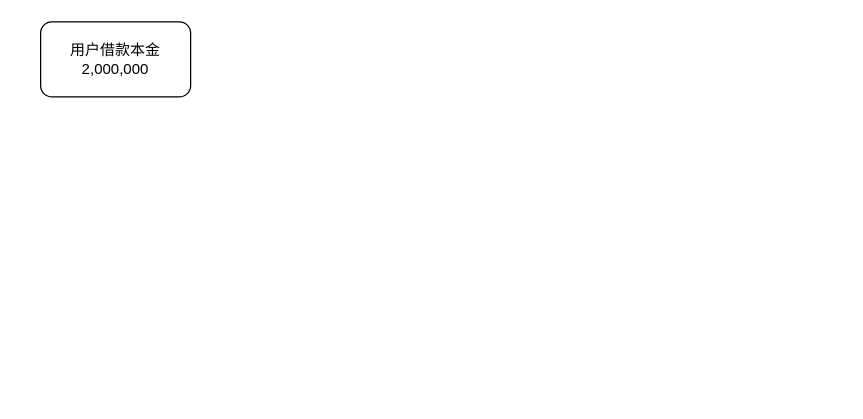
Before: page "第 7 页" (7 of 7) of knowledge-tree.drawio in quboqin/drawio, a draw.io diagram. Source tidied: cells renumbered, new cells numbered last; positions are measured from the earlier drawing's top-left corner, leaving out a move shared by most shapes. Both pictures are drawn from the tidied source at 125%, with x=0, y=0 at pixel (40, 21).
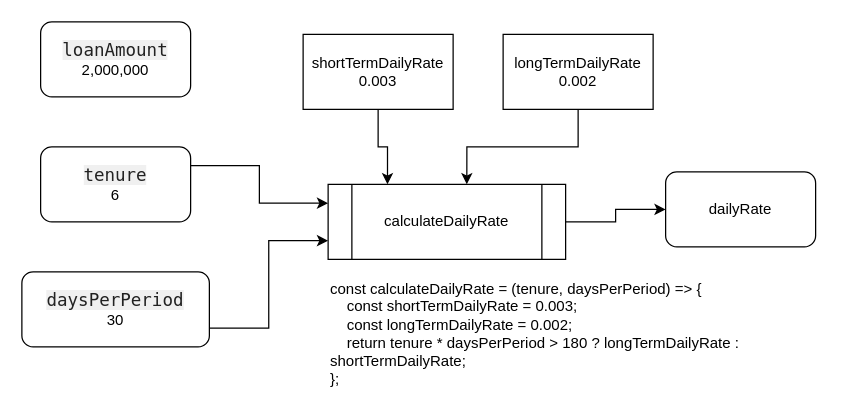
The same page after the edit.

Change to the diagram source:
```diff
@@
 <mxGraphModel>
   <root>
     <mxCell id="0" />
     <mxCell id="1" parent="0" />
-    <mxCell id="2" value="用户借款本金&lt;br&gt;2,000,000" style="rounded=1;whiteSpace=wrap;html=1;" parent="1" vertex="1">
+    <mxCell id="2" value="&lt;span style=&quot;color: rgb(34, 34, 34); font-family: Menlo, Monaco, Consolas, &amp;quot;Courier New&amp;quot;, monospace; font-size: 14px; text-align: left; background-color: rgba(0, 0, 0, 0.06);&quot;&gt;loanAmount&lt;/span&gt;&lt;br&gt;2,000,000" style="rounded=1;whiteSpace=wrap;html=1;" parent="1" vertex="1">
       <mxGeometry width="120" height="60" as="geometry" />
     </mxCell>
+    <mxCell id="3" style="edgeStyle=orthogonalEdgeStyle;rounded=0;jettySize=auto;html=1;exitX=1;exitY=0.25;exitDx=0;exitDy=0;entryX=0;entryY=0.25;entryDx=0;entryDy=0;" parent="1" edge="1" source="4" target="8">
+      <mxGeometry relative="1" as="geometry" />
+    </mxCell>
+    <mxCell id="4" value="&lt;div style=&quot;text-align: left;&quot;&gt;&lt;font face=&quot;Menlo, Monaco, Consolas, Courier New, monospace&quot; color=&quot;#222222&quot;&gt;&lt;span style=&quot;font-size: 14px; background-color: rgba(0, 0, 0, 0.06);&quot;&gt;tenure&lt;/span&gt;&lt;/font&gt;&lt;/div&gt;6" style="rounded=1;whiteSpace=wrap;html=1;" parent="1" vertex="1">
+      <mxGeometry y="100" width="120" height="60" as="geometry" />
+    </mxCell>
+    <mxCell id="5" style="edgeStyle=orthogonalEdgeStyle;rounded=0;jettySize=auto;html=1;exitX=1;exitY=0.75;exitDx=0;exitDy=0;entryX=0;entryY=0.75;entryDx=0;entryDy=0;" parent="1" edge="1" source="6" target="8">
+      <mxGeometry relative="1" as="geometry" />
+    </mxCell>
+    <mxCell id="6" value="&lt;div style=&quot;text-align: left;&quot;&gt;&lt;font face=&quot;Menlo, Monaco, Consolas, Courier New, monospace&quot; color=&quot;#222222&quot;&gt;&lt;span style=&quot;font-size: 14px; background-color: rgba(0, 0, 0, 0.06);&quot;&gt;daysPerPeriod&lt;/span&gt;&lt;/font&gt;&lt;/div&gt;30" style="rounded=1;whiteSpace=wrap;html=1;" parent="1" vertex="1">
+      <mxGeometry x="-15" y="200" width="150" height="60" as="geometry" />
+    </mxCell>
+    <mxCell id="7" style="edgeStyle=orthogonalEdgeStyle;rounded=0;jettySize=auto;html=1;entryX=0;entryY=0.5;entryDx=0;entryDy=0;" parent="1" edge="1" source="8" target="14">
+      <mxGeometry relative="1" as="geometry" />
+    </mxCell>
+    <mxCell id="8" value="calculateDailyRate" style="shape=process;whiteSpace=wrap;html=1;backgroundOutline=1;" parent="1" vertex="1">
+      <mxGeometry x="230" y="130" width="190" height="60" as="geometry" />
+    </mxCell>
+    <mxCell id="9" value="const calculateDailyRate = (tenure, daysPerPeriod) =&gt; {&#10;    const shortTermDailyRate = 0.003;&#10;    const longTermDailyRate = 0.002;&#10;    return tenure * daysPerPeriod &gt; 180 ? longTermDailyRate : shortTermDailyRate;&#10;};" style="text;whiteSpace=wrap;" parent="1" vertex="1">
+      <mxGeometry x="230" y="200" width="410" height="100" as="geometry" />
+    </mxCell>
+    <mxCell id="10" style="edgeStyle=orthogonalEdgeStyle;rounded=0;jettySize=auto;html=1;entryX=0.25;entryY=0;entryDx=0;entryDy=0;" parent="1" edge="1" source="11" target="8">
+      <mxGeometry relative="1" as="geometry" />
+    </mxCell>
+    <mxCell id="11" value="&lt;span style=&quot;text-align: left;&quot;&gt;shortTermDailyRate&lt;/span&gt;&lt;div&gt;&lt;span style=&quot;text-align: left;&quot;&gt;0.003&lt;/span&gt;&lt;/div&gt;" style="rounded=0;whiteSpace=wrap;html=1;" parent="1" vertex="1">
+      <mxGeometry x="210" y="10" width="120" height="60" as="geometry" />
+    </mxCell>
+    <mxCell id="12" value="&lt;span style=&quot;text-align: left;&quot;&gt;long&lt;/span&gt;&lt;span style=&quot;text-align: left; background-color: transparent; color: light-dark(rgb(0, 0, 0), rgb(255, 255, 255));&quot;&gt;TermDailyRate&lt;/span&gt;&lt;div&gt;&lt;div&gt;&lt;span style=&quot;text-align: left;&quot;&gt;0.002&lt;/span&gt;&lt;/div&gt;&lt;/div&gt;" style="rounded=0;whiteSpace=wrap;html=1;" parent="1" vertex="1">
+      <mxGeometry x="370" y="10" width="120" height="60" as="geometry" />
+    </mxCell>
+    <mxCell id="13" style="edgeStyle=orthogonalEdgeStyle;rounded=0;jettySize=auto;html=1;entryX=0.584;entryY=0;entryDx=0;entryDy=0;entryPerimeter=0;" parent="1" edge="1" source="12" target="8">
+      <mxGeometry relative="1" as="geometry" />
+    </mxCell>
+    <mxCell id="14" value="&lt;div style=&quot;text-align: left;&quot;&gt;d&lt;span style=&quot;background-color: transparent; color: light-dark(rgb(0, 0, 0), rgb(255, 255, 255));&quot;&gt;ailyRate&lt;/span&gt;&lt;/div&gt;" style="rounded=1;whiteSpace=wrap;html=1;" parent="1" vertex="1">
+      <mxGeometry x="500" y="120" width="120" height="60" as="geometry" />
+    </mxCell>
   </root>
 </mxGraphModel>
```
